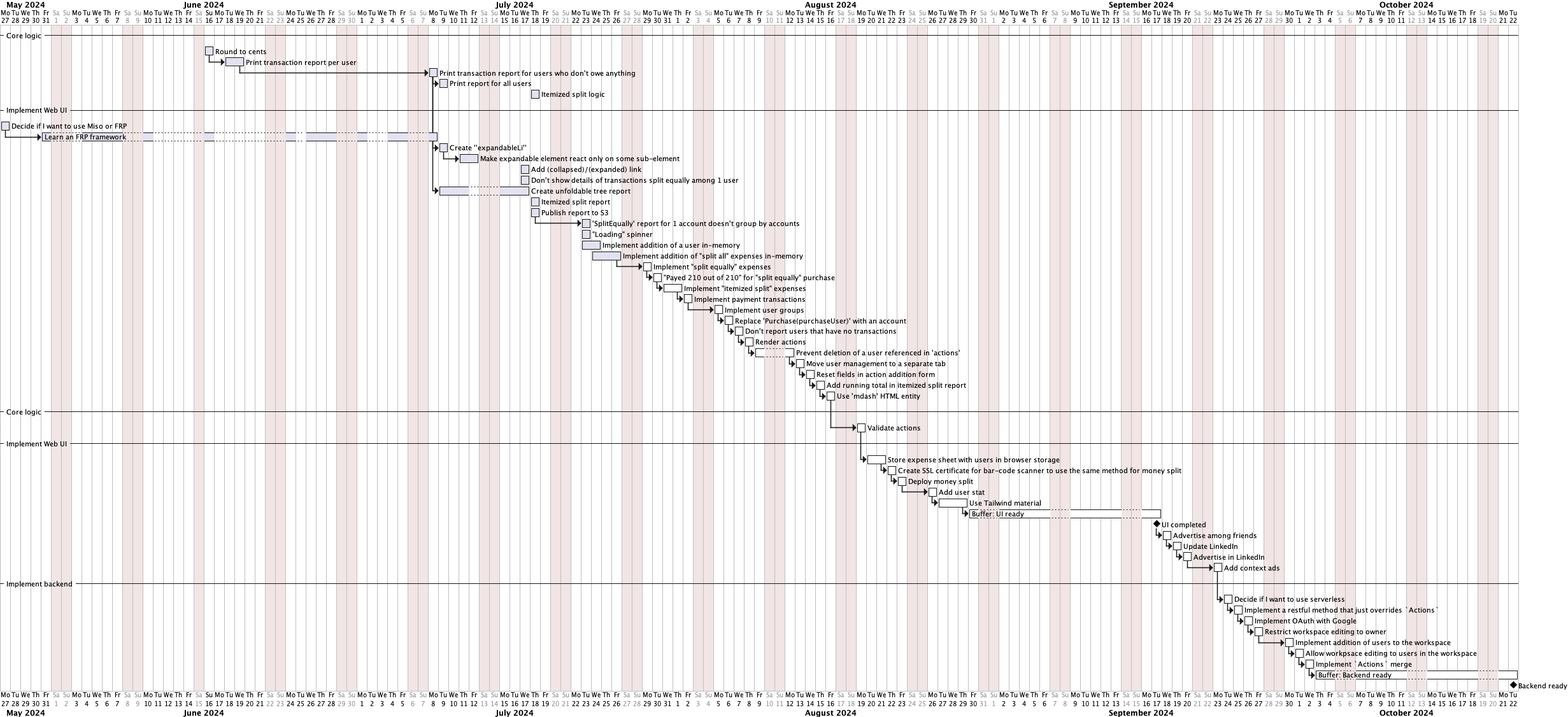
Earlier version of the PlantUML export plan.png (tellary/split).
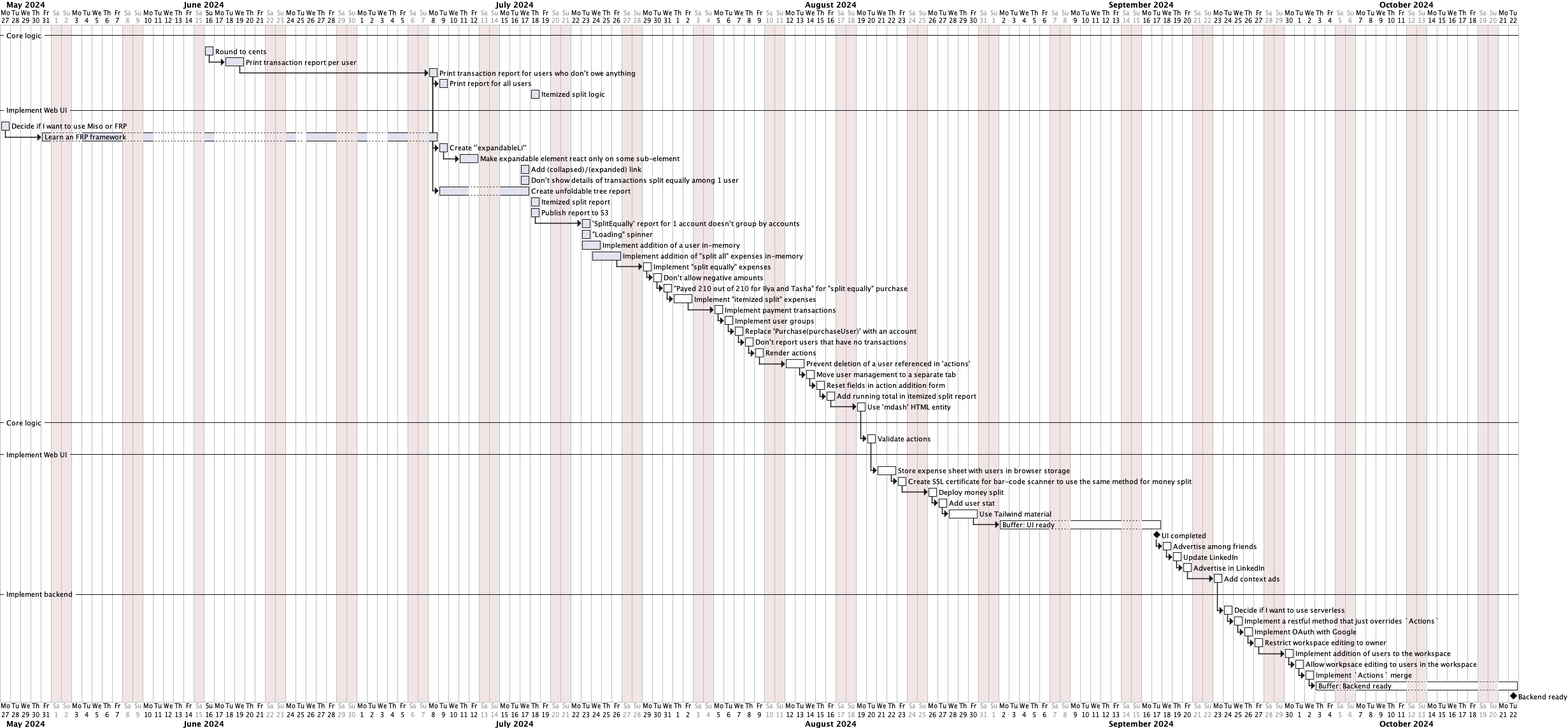
Later version of the same file.

Diff of the diagram source:
```diff
@@ -45,7 +45,8 @@
 [Implement addition of a user in-memory] is 100% completed and starts on 2024-07-23 and requires 2 days
 [Implement addition of "split all" expenses in-memory] is 100% completed and starts on 2024-07-24 and requires 3 days
 then [Implement "split equally" expenses] is 0% completed
-then ["Payed 210 out of 210" for "split equally" purchase] is 0% completed
+then [Don't allow negative amounts] is 0% completed
+then ["Payed 210 out of 210 for Ilya and Tasha" for "split equally" purchase] is 0% completed
 then [Implement "itemized split" expenses] is 0% completed and requires 2 days
 then [Implement payment transactions] is 0% completed
 then [Implement user groups] is 0% completed
```
